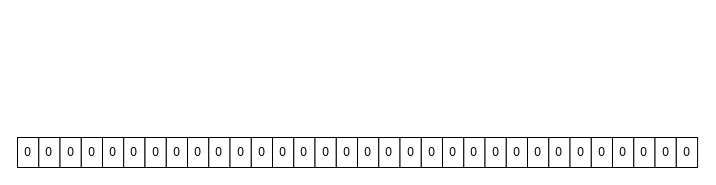
Before: redis/布隆过滤器.drawio in LiHuiBin1995/study-java, a draw.io diagram. Source tidied: cells renumbered, new cells numbered last; positions are measured from the earlier drawing's top-left corner, leaving out a move shared by most shapes. Both pictures are drawn from the tidied source at 100%, with x=0, y=0 at pixel (17, 137).
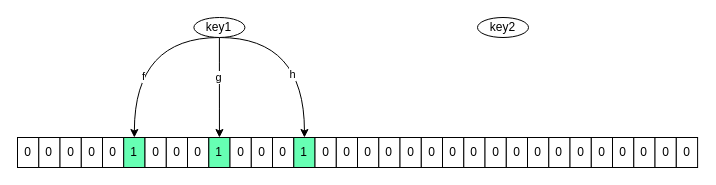
The same diagram, later.

Commit message (it also covers changes not shown here):
更新布隆过滤器.drawio

The change refers to these unchanged cells:
```xml
<mxCell id="2" style="group;" parent="1" vertex="1">
  <mxGeometry width="680" height="30" as="geometry" />
</mxCell>
```

Diff of the diagram source:
```diff
@@
-    <mxCell id="8" value="0" style="rounded=0;whiteSpace=wrap;html=1;" parent="2" vertex="1">
+    <mxCell id="8" value="1" style="rounded=0;whiteSpace=wrap;html=1;fillColor=#66FFB3;" parent="2" vertex="1">
       <mxGeometry x="106.2" width="21.3" height="30" as="geometry" />
     </mxCell>
@@
-    <mxCell id="12" value="0" style="rounded=0;whiteSpace=wrap;html=1;" parent="2" vertex="1">
+    <mxCell id="12" value="1" style="rounded=0;whiteSpace=wrap;html=1;fillColor=#66FFB3;" parent="2" vertex="1">
       <mxGeometry x="191.3" width="21.3" height="30" as="geometry" />
     </mxCell>
@@
-    <mxCell id="16" value="0" style="rounded=0;whiteSpace=wrap;html=1;" parent="2" vertex="1">
+    <mxCell id="16" value="1" style="rounded=0;whiteSpace=wrap;html=1;fillColor=#66FFB3;" parent="2" vertex="1">
       <mxGeometry x="276.3" width="21.3" height="30" as="geometry" />
     </mxCell>
@@
+    <mxCell id="35" style="edgeStyle=orthogonalEdgeStyle;rounded=0;jettySize=auto;html=1;exitX=0.5;exitY=1;exitDx=0;exitDy=0;entryX=0.5;entryY=0;entryDx=0;entryDy=0;curved=1;" parent="1" edge="1" source="41" target="8">
+      <mxGeometry relative="1" as="geometry">
+        <Array as="points">
+          <mxPoint x="117" y="-100" />
+        </Array>
+      </mxGeometry>
+    </mxCell>
+    <mxCell id="36" value="f" style="edgeLabel;html=1;align=center;verticalAlign=middle;" parent="35" vertex="1">
+      <mxGeometry x="0.33" y="9" relative="1" as="geometry" />
+    </mxCell>
+    <mxCell id="37" style="edgeStyle=orthogonalEdgeStyle;curved=1;rounded=0;jettySize=auto;html=1;exitX=0.5;exitY=1;exitDx=0;exitDy=0;entryX=0.5;entryY=0;entryDx=0;entryDy=0;" parent="1" edge="1" source="41" target="12">
+      <mxGeometry relative="1" as="geometry">
+        <Array as="points">
+          <mxPoint x="202" y="-50" />
+          <mxPoint x="202" y="-50" />
+        </Array>
+      </mxGeometry>
+    </mxCell>
+    <mxCell id="38" value="g" style="edgeLabel;html=1;align=center;verticalAlign=middle;" parent="37" vertex="1">
+      <mxGeometry x="-0.22" y="-1" relative="1" as="geometry" />
+    </mxCell>
+    <mxCell id="39" style="edgeStyle=orthogonalEdgeStyle;curved=1;rounded=0;jettySize=auto;html=1;exitX=0.5;exitY=1;exitDx=0;exitDy=0;entryX=0.5;entryY=0;entryDx=0;entryDy=0;" parent="1" edge="1" source="41" target="16">
+      <mxGeometry relative="1" as="geometry">
+        <Array as="points">
+          <mxPoint x="287" y="-100" />
+        </Array>
+      </mxGeometry>
+    </mxCell>
+    <mxCell id="40" value="h" style="edgeLabel;html=1;align=center;verticalAlign=middle;" parent="39" vertex="1">
+      <mxGeometry x="0.32" y="-12" relative="1" as="geometry" />
+    </mxCell>
+    <mxCell id="41" value="key1" style="ellipse;whiteSpace=wrap;html=1;" parent="1" vertex="1">
+      <mxGeometry x="176.4" y="-120" width="51" height="20" as="geometry" />
+    </mxCell>
+    <mxCell id="42" value="key2" style="ellipse;whiteSpace=wrap;html=1;" parent="1" vertex="1">
+      <mxGeometry x="460" y="-120" width="51" height="20" as="geometry" />
+    </mxCell>
```
